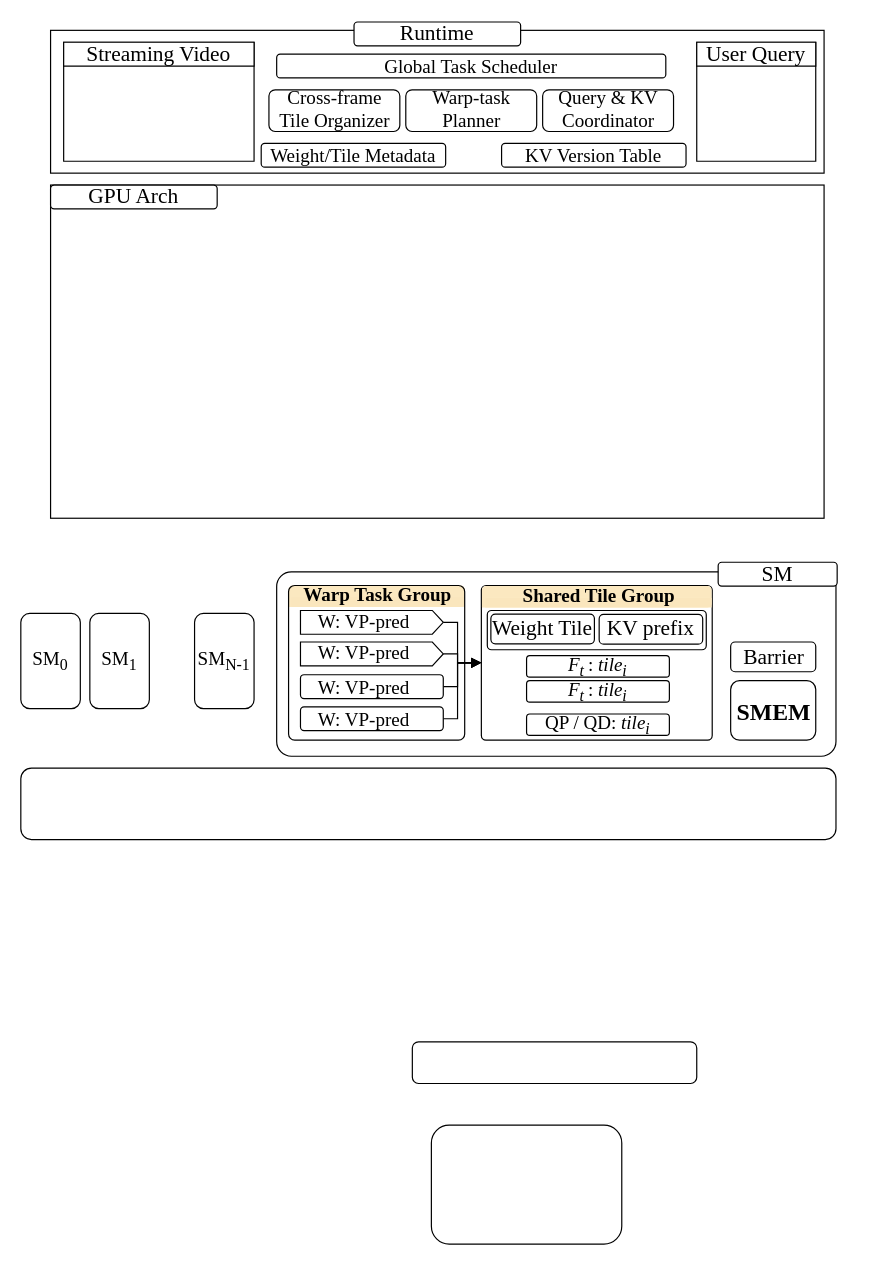
Earlier version of the draw.io diagram system_overview.drawio (icszhr/CHORD). Source tidied: cells renumbered, new cells numbered last; positions are measured from the earlier drawing's top-left corner, leaving out a move shared by most shapes. Both pictures are drawn from the tidied source at 119%, with x=0, y=0 at pixel (20, 21).
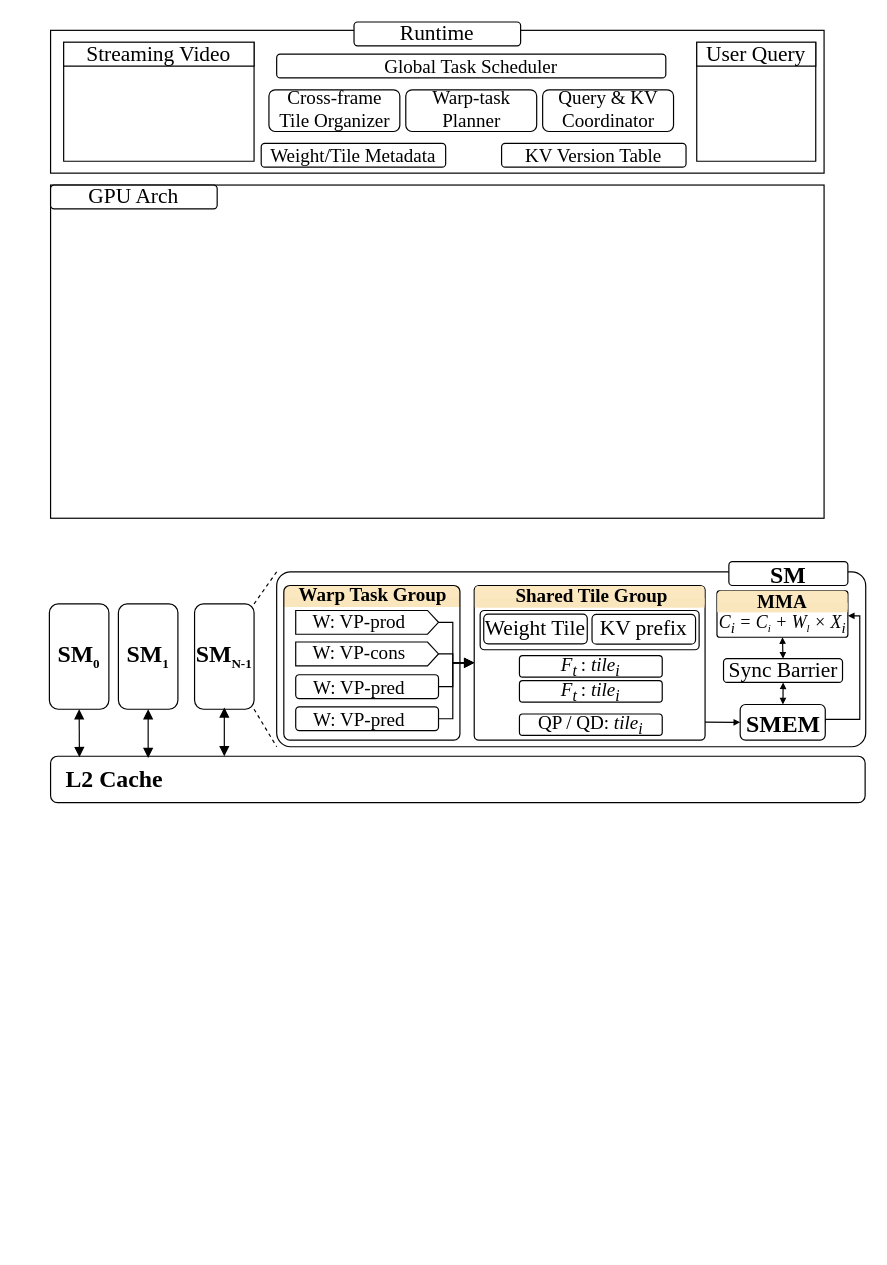
The same page after the edit.

Change to the diagram source:
```diff
@@
+    <mxCell id="23" style="rounded=1;whiteSpace=wrap;html=1;roundedPerimeter=1;arcSize=8;fillColor=none;" parent="1" vertex="1">
+      <mxGeometry x="215" y="462" width="495" height="147" as="geometry" />
+    </mxCell>
+    <mxCell id="56" style="rounded=0;jettySize=auto;html=1;exitX=1.005;exitY=0.887;exitDx=0;exitDy=0;entryX=0;entryY=0.5;entryDx=0;entryDy=0;defaultLabelBackgroundColor=page;labelPadding=0 4;endSize=3;endArrow=block;endFill=1;" parent="1" edge="1" source="2" target="32">
+      <mxGeometry relative="1" as="geometry" />
+    </mxCell>
     <mxCell id="2" style="rounded=1;whiteSpace=wrap;html=1;roundedPerimeter=1;arcSize=3;fillColor=none;" parent="1" vertex="1">
-      <mxGeometry x="387" y="473.5" width="194" height="130" as="geometry" />
+      <mxGeometry x="381" y="473.5" width="194" height="130" as="geometry" />
     </mxCell>
     <mxCell id="3" style="group;" parent="1" vertex="1">
-      <mxGeometry x="225" y="473.5" width="148" height="18" as="geometry" />
+      <mxGeometry x="221" y="473.5" width="148" height="18" as="geometry" />
     </mxCell>
@@
     <mxCell id="6" style="rounded=1;whiteSpace=wrap;html=1;roundedPerimeter=1;arcSize=4;fillColor=none;" parent="1" vertex="1">
-      <mxGeometry x="225" y="473.5" width="148" height="130" as="geometry" />
+      <mxGeometry x="221" y="473.5" width="148" height="130" as="geometry" />
     </mxCell>
     <mxCell id="7" style="rounded=1;whiteSpace=wrap;html=1;roundedPerimeter=1;arcSize=11;fillColor=none;" parent="1" vertex="1">
-      <mxGeometry x="392" y="494.5" width="184" height="33" as="geometry" />
+      <mxGeometry x="386" y="494.5" width="184" height="33" as="geometry" />
     </mxCell>
     <mxCell id="8" style="group;" parent="1" vertex="1">
-      <mxGeometry x="387.5" y="474" width="193" height="18" as="geometry" />
+      <mxGeometry x="381.5" y="474" width="193" height="18" as="geometry" />
     </mxCell>
@@
-    <mxCell id="19" value="SM&lt;sub&gt;0&lt;/sub&gt;" style="rounded=1;whiteSpace=wrap;html=1;roundedPerimeter=1;fontFamily=Times New Roman;fontSize=16;" parent="1" vertex="1">
-      <mxGeometry y="497" width="50" height="80" as="geometry" />
+    <mxCell id="19" value="SM&lt;sub&gt;&lt;font style=&quot;font-size: 11px;&quot;&gt;0&lt;/font&gt;&lt;/sub&gt;" style="rounded=1;whiteSpace=wrap;html=1;roundedPerimeter=1;fontFamily=Times New Roman;fontSize=20;fontStyle=1;" parent="1" vertex="1">
+      <mxGeometry x="24" y="489" width="50" height="88.5" as="geometry" />
     </mxCell>
-    <mxCell id="20" value="SM&lt;sub&gt;1&lt;/sub&gt;" style="rounded=1;whiteSpace=wrap;html=1;roundedPerimeter=1;fontFamily=Times New Roman;fontSize=16;" parent="1" vertex="1">
-      <mxGeometry x="58" y="497" width="50" height="80" as="geometry" />
+    <mxCell id="20" value="SM&lt;sub&gt;&lt;font style=&quot;font-size: 11px;&quot;&gt;1&lt;/font&gt;&lt;/sub&gt;" style="rounded=1;whiteSpace=wrap;html=1;roundedPerimeter=1;fontFamily=Times New Roman;fontSize=20;fontStyle=1;" parent="1" vertex="1">
+      <mxGeometry x="82" y="489" width="50" height="88.5" as="geometry" />
     </mxCell>
+    <mxCell id="57" style="rounded=0;jettySize=auto;html=1;exitX=1;exitY=0;exitDx=0;exitDy=0;entryX=0;entryY=0;entryDx=0;entryDy=0;defaultLabelBackgroundColor=page;labelPadding=0 4;dashed=1;endArrow=none;endFill=0;" parent="1" edge="1" source="21" target="23">
+      <mxGeometry relative="1" as="geometry" />
+    </mxCell>
+    <mxCell id="58" style="rounded=0;jettySize=auto;html=1;exitX=1;exitY=1;exitDx=0;exitDy=0;entryX=0;entryY=1;entryDx=0;entryDy=0;defaultLabelBackgroundColor=page;labelPadding=0 4;dashed=1;endArrow=none;endFill=0;" parent="1" edge="1" source="21" target="23">
+      <mxGeometry relative="1" as="geometry" />
+    </mxCell>
-    <mxCell id="21" value="SM&lt;sub&gt;N-1&lt;/sub&gt;" style="rounded=1;whiteSpace=wrap;html=1;roundedPerimeter=1;fontFamily=Times New Roman;fontSize=16;" parent="1" vertex="1">
-      <mxGeometry x="146" y="497" width="50" height="80" as="geometry" />
+    <mxCell id="21" value="SM&lt;sub&gt;&lt;font style=&quot;font-size: 11px;&quot;&gt;N-1&lt;/font&gt;&lt;/sub&gt;" style="rounded=1;whiteSpace=wrap;html=1;roundedPerimeter=1;fontFamily=Times New Roman;fontSize=20;fontStyle=1;" parent="1" vertex="1">
+      <mxGeometry x="146" y="489" width="50" height="88.5" as="geometry" />
     </mxCell>
     <mxCell id="22" style="rounded=1;whiteSpace=wrap;html=1;roundedPerimeter=1;" parent="1" vertex="1">
-      <mxGeometry y="627" width="685" height="60" as="geometry" />
+      <mxGeometry x="25" y="617" width="684.5" height="39" as="geometry" />
     </mxCell>
-    <mxCell id="23" style="rounded=1;whiteSpace=wrap;html=1;roundedPerimeter=1;arcSize=8;fillColor=none;" parent="1" vertex="1">
-      <mxGeometry x="215" y="462" width="470" height="155" as="geometry" />
-    </mxCell>
     <mxCell id="24" style="edgeStyle=orthogonalEdgeStyle;rounded=0;jettySize=auto;html=1;exitX=0.5;exitY=1;exitDx=0;exitDy=0;defaultLabelBackgroundColor=page;labelPadding=0 4;entryX=0;entryY=0.5;entryDx=0;entryDy=0;endArrow=block;endFill=1;" parent="1" edge="1" source="25" target="2">
       <mxGeometry relative="1" as="geometry">
         <Array as="points">
-          <mxPoint x="367" y="504.5" />
-          <mxPoint x="367" y="538.5" />
+          <mxPoint x="363" y="504.5" />
+          <mxPoint x="363" y="538.5" />
         </Array>
       </mxGeometry>
     </mxCell>
     <mxCell id="25" style="shape=offPageConnector;whiteSpace=wrap;html=1;rotation=-90;size=0.07692307692307693;" parent="1" vertex="1">
-      <mxGeometry x="285" y="444.5" width="20" height="120" as="geometry" />
+      <mxGeometry x="281" y="444.5" width="20" height="120" as="geometry" />
     </mxCell>
     <mxCell id="26" value="&lt;div&gt;&lt;sub&gt;&lt;font face=&quot;Times New Roman&quot; style=&quot;font-size: 18px;&quot;&gt;Weight Tile&lt;/font&gt;&lt;/sub&gt;&lt;/div&gt;" style="rounded=1;whiteSpace=wrap;html=1;roundedPerimeter=1;" parent="1" vertex="1">
-      <mxGeometry x="395" y="497.5" width="87" height="25" as="geometry" />
+      <mxGeometry x="389" y="497.5" width="87" height="25" as="geometry" />
     </mxCell>
     <mxCell id="27" value="&lt;font face=&quot;Times New Roman&quot; style=&quot;font-size: 18px;&quot;&gt;KV prefix&lt;/font&gt;" style="rounded=1;whiteSpace=wrap;html=1;roundedPerimeter=1;" parent="1" vertex="1">
-      <mxGeometry x="486" y="497.8" width="87" height="25" as="geometry" />
+      <mxGeometry x="480" y="497.8" width="87" height="25" as="geometry" />
     </mxCell>
-    <mxCell id="28" value="&lt;font style=&quot;font-size: 18px;&quot; face=&quot;Times New Roman&quot;&gt;Barrier&lt;/font&gt;" style="rounded=1;whiteSpace=wrap;html=1;roundedPerimeter=1;" parent="1" vertex="1">
-      <mxGeometry x="596.5" y="521" width="71.5" height="25" as="geometry" />
+    <mxCell id="28" value="&lt;font style=&quot;font-size: 18px;&quot; face=&quot;Times New Roman&quot;&gt;Sync Barrier&lt;/font&gt;" style="rounded=1;whiteSpace=wrap;html=1;roundedPerimeter=1;" parent="1" vertex="1">
+      <mxGeometry x="590.5" y="535" width="100" height="20" as="geometry" />
     </mxCell>
     <mxCell id="29" value="F&lt;sub&gt;t&amp;nbsp;&lt;/sub&gt;&lt;span style=&quot;font-style: normal;&quot;&gt;: &lt;/span&gt;tile&lt;sub&gt;i&lt;/sub&gt;" style="rounded=1;whiteSpace=wrap;html=1;roundedPerimeter=1;fontFamily=Times New Roman;fontSize=16;fontStyle=2;" parent="1" vertex="1">
-      <mxGeometry x="425" y="532.5" width="120" height="18" as="geometry" />
+      <mxGeometry x="419" y="532.5" width="120" height="18" as="geometry" />
     </mxCell>
     <mxCell id="30" style="edgeStyle=orthogonalEdgeStyle;rounded=0;jettySize=auto;html=1;exitX=1;exitY=0.5;exitDx=0;exitDy=0;entryX=0;entryY=0.5;entryDx=0;entryDy=0;defaultLabelBackgroundColor=page;labelPadding=0 4;endArrow=block;endFill=1;" parent="1" edge="1" source="31" target="2">
       <mxGeometry relative="1" as="geometry">
         <Array as="points">
-          <mxPoint x="367" y="558.5" />
-          <mxPoint x="367" y="538.5" />
+          <mxPoint x="363" y="558.5" />
+          <mxPoint x="363" y="538.5" />
         </Array>
       </mxGeometry>
     </mxCell>
     <mxCell id="31" style="rounded=1;whiteSpace=wrap;html=1;roundedPerimeter=1;" parent="1" vertex="1">
-      <mxGeometry x="235" y="548.5" width="120" height="20" as="geometry" />
+      <mxGeometry x="231" y="548.5" width="120" height="20" as="geometry" />
     </mxCell>
+    <mxCell id="59" style="rounded=0;jettySize=auto;html=1;entryX=0.501;entryY=0.946;entryDx=0;entryDy=0;defaultLabelBackgroundColor=page;labelPadding=0 4;endSize=3;endArrow=block;endFill=1;startArrow=block;startFill=1;startSize=3;" parent="1" edge="1" source="32" target="28">
+      <mxGeometry relative="1" as="geometry" />
+    </mxCell>
+    <mxCell id="60" style="edgeStyle=orthogonalEdgeStyle;rounded=0;jettySize=auto;html=1;defaultLabelBackgroundColor=page;labelPadding=0 4;entryX=1;entryY=0.5;entryDx=0;entryDy=0;exitX=1;exitY=0.5;exitDx=0;exitDy=0;endSize=3;endArrow=block;endFill=1;" parent="1" edge="1" source="32" target="61">
+      <mxGeometry relative="1" as="geometry">
+        <Array as="points">
+          <mxPoint x="676" y="586" />
+          <mxPoint x="705" y="586" />
+          <mxPoint x="705" y="499" />
+        </Array>
+      </mxGeometry>
+    </mxCell>
     <mxCell id="32" value="&lt;font style=&quot;font-size: 20px;&quot; face=&quot;Times New Roman&quot;&gt;&lt;b style=&quot;&quot;&gt;SMEM&lt;/b&gt;&lt;/font&gt;" style="rounded=1;whiteSpace=wrap;html=1;roundedPerimeter=1;" parent="1" vertex="1">
-      <mxGeometry x="596.5" y="553.5" width="71.5" height="50" as="geometry" />
+      <mxGeometry x="604.5" y="573.5" width="71.5" height="30" as="geometry" />
     </mxCell>
-    <mxCell id="33" style="rounded=1;whiteSpace=wrap;html=1;roundedPerimeter=1;" parent="1" vertex="1">
-      <mxGeometry x="329" y="857" width="239" height="35" as="geometry" />
-    </mxCell>
-    <mxCell id="34" style="rounded=1;whiteSpace=wrap;html=1;roundedPerimeter=1;" parent="1" vertex="1">
-      <mxGeometry x="345" y="927" width="160" height="100" as="geometry" />
+    <mxCell id="34" style="rounded=1;whiteSpace=wrap;html=1;roundedPerimeter=1;arcSize=6;" parent="1" vertex="1">
+      <mxGeometry x="585" y="478" width="110" height="39" as="geometry" />
     </mxCell>
@@
-    <mxCell id="43" value="&lt;span style=&quot;font-size: 18px;&quot;&gt;SM&lt;/span&gt;" style="rounded=1;whiteSpace=wrap;html=1;roundedPerimeter=1;fontSize=16;fontFamily=Times New Roman;" parent="1" vertex="1">
-      <mxGeometry x="586" y="454" width="100" height="20" as="geometry" />
+    <mxCell id="43" value="&lt;b style=&quot;&quot;&gt;&lt;font style=&quot;font-size: 20px;&quot;&gt;SM&lt;/font&gt;&lt;/b&gt;" style="rounded=1;whiteSpace=wrap;html=1;roundedPerimeter=1;fontSize=16;fontFamily=Times New Roman;" parent="1" vertex="1">
+      <mxGeometry x="595" y="453.5" width="100" height="20" as="geometry" />
     </mxCell>
-    <mxCell id="44" value="&lt;sub&gt;&lt;span style=&quot;font-size: 16px;&quot;&gt;W: VP-pred&lt;/span&gt;&lt;/sub&gt;" style="text;html=1;whiteSpace=wrap;strokeColor=none;fillColor=none;align=center;verticalAlign=middle;rounded=0;fontFamily=Times New Roman;fontSize=16;" parent="1" vertex="1">
-      <mxGeometry x="247" y="491.5" width="83" height="20" as="geometry" />
+    <mxCell id="44" value="&lt;sub&gt;&lt;span style=&quot;font-size: 16px;&quot;&gt;W: VP-prod&lt;/span&gt;&lt;/sub&gt;" style="text;html=1;whiteSpace=wrap;strokeColor=none;fillColor=none;align=center;verticalAlign=middle;rounded=0;fontFamily=Times New Roman;fontSize=16;" parent="1" vertex="1">
+      <mxGeometry x="243" y="491.5" width="83" height="20" as="geometry" />
     </mxCell>
     <mxCell id="45" style="edgeStyle=orthogonalEdgeStyle;rounded=0;jettySize=auto;html=1;exitX=0.5;exitY=1;exitDx=0;exitDy=0;entryX=0;entryY=0.5;entryDx=0;entryDy=0;defaultLabelBackgroundColor=page;labelPadding=0 4;endArrow=block;endFill=1;" parent="1" edge="1" source="46" target="2">
       <mxGeometry x="0.01" relative="1" as="geometry">
         <Array as="points">
-          <mxPoint x="367" y="531" />
-          <mxPoint x="367" y="538.5" />
+          <mxPoint x="363" y="531" />
+          <mxPoint x="363" y="538.5" />
         </Array>
       </mxGeometry>
     </mxCell>
     <mxCell id="46" style="shape=offPageConnector;whiteSpace=wrap;html=1;rotation=-90;size=0.07692307692307693;" parent="1" vertex="1">
-      <mxGeometry x="285" y="471" width="20" height="120" as="geometry" />
+      <mxGeometry x="281" y="471" width="20" height="120" as="geometry" />
     </mxCell>
-    <mxCell id="47" value="&lt;sub&gt;&lt;span style=&quot;font-size: 16px;&quot;&gt;W: VP-pred&lt;/span&gt;&lt;/sub&gt;" style="text;html=1;whiteSpace=wrap;strokeColor=none;fillColor=none;align=center;verticalAlign=middle;rounded=0;fontFamily=Times New Roman;fontSize=16;" parent="1" vertex="1">
-      <mxGeometry x="247" y="518" width="83" height="20" as="geometry" />
+    <mxCell id="47" value="&lt;sub&gt;&lt;span style=&quot;font-size: 16px;&quot;&gt;W: VP-cons&lt;/span&gt;&lt;/sub&gt;" style="text;html=1;whiteSpace=wrap;strokeColor=none;fillColor=none;align=center;verticalAlign=middle;rounded=0;fontFamily=Times New Roman;fontSize=16;" parent="1" vertex="1">
+      <mxGeometry x="243" y="518" width="83" height="20" as="geometry" />
     </mxCell>
     <mxCell id="48" value="&lt;sub&gt;&lt;span style=&quot;font-size: 16px;&quot;&gt;W: VP-pred&lt;/span&gt;&lt;/sub&gt;" style="text;html=1;whiteSpace=wrap;strokeColor=none;fillColor=none;align=center;verticalAlign=middle;rounded=0;fontFamily=Times New Roman;fontSize=16;" parent="1" vertex="1">
-      <mxGeometry x="247" y="546.5" width="83" height="20" as="geometry" />
+      <mxGeometry x="243" y="546.5" width="83" height="20" as="geometry" />
     </mxCell>
     <mxCell id="49" value="F&lt;sub&gt;t&lt;span style=&quot;font-style: normal;&quot;&gt;&amp;nbsp;&lt;/span&gt;&lt;/sub&gt;&lt;span style=&quot;font-style: normal;&quot;&gt;: &lt;/span&gt;tile&lt;sub&gt;i&lt;/sub&gt;" style="rounded=1;whiteSpace=wrap;html=1;roundedPerimeter=1;fontFamily=Times New Roman;fontSize=16;fontStyle=2;" parent="1" vertex="1">
-      <mxGeometry x="425" y="553.5" width="120" height="18" as="geometry" />
+      <mxGeometry x="419" y="553.5" width="120" height="18" as="geometry" />
     </mxCell>
     <mxCell id="50" value="&lt;span style=&quot;font-style: normal;&quot;&gt;QP / QD:&lt;/span&gt; tile&lt;sub&gt;i&lt;/sub&gt;" style="rounded=1;whiteSpace=wrap;html=1;roundedPerimeter=1;fontFamily=Times New Roman;fontSize=16;fontStyle=2;" parent="1" vertex="1">
-      <mxGeometry x="425" y="581.5" width="120" height="18" as="geometry" />
+      <mxGeometry x="419" y="581.5" width="120" height="18" as="geometry" />
     </mxCell>
     <mxCell id="51" style="edgeStyle=orthogonalEdgeStyle;rounded=0;jettySize=auto;html=1;exitX=1;exitY=0.5;exitDx=0;exitDy=0;entryX=0;entryY=0.5;entryDx=0;entryDy=0;defaultLabelBackgroundColor=page;labelPadding=0 4;endArrow=block;endFill=1;" parent="1" edge="1" source="52" target="2">
       <mxGeometry x="0.01" relative="1" as="geometry">
         <Array as="points">
-          <mxPoint x="367" y="585.5" />
-          <mxPoint x="367" y="538.5" />
+          <mxPoint x="363" y="585.5" />
+          <mxPoint x="363" y="538.5" />
         </Array>
       </mxGeometry>
     </mxCell>
     <mxCell id="52" style="rounded=1;whiteSpace=wrap;html=1;roundedPerimeter=1;" parent="1" vertex="1">
-      <mxGeometry x="235" y="575.5" width="120" height="20" as="geometry" />
+      <mxGeometry x="231" y="575.5" width="120" height="20" as="geometry" />
     </mxCell>
     <mxCell id="53" value="&lt;sub&gt;&lt;span style=&quot;font-size: 16px;&quot;&gt;W: VP-pred&lt;/span&gt;&lt;/sub&gt;" style="text;html=1;whiteSpace=wrap;strokeColor=none;fillColor=none;align=center;verticalAlign=middle;rounded=0;fontFamily=Times New Roman;fontSize=16;" parent="1" vertex="1">
-      <mxGeometry x="247" y="573.5" width="83" height="20" as="geometry" />
+      <mxGeometry x="243" y="573.5" width="83" height="20" as="geometry" />
     </mxCell>
     <mxCell id="54" value="&lt;sub&gt;&lt;span style=&quot;font-size: 16px;&quot;&gt;Warp Task Group&lt;/span&gt;&lt;/sub&gt;" style="text;html=1;whiteSpace=wrap;strokeColor=none;fillColor=none;align=center;verticalAlign=middle;rounded=0;fontFamily=Times New Roman;fontSize=16;fontStyle=1;" parent="1" vertex="1">
-      <mxGeometry x="235" y="469" width="130" height="20" as="geometry" />
+      <mxGeometry x="231" y="469" width="130" height="20" as="geometry" />
     </mxCell>
     <mxCell id="55" value="&lt;sub&gt;&lt;span style=&quot;font-size: 16px;&quot;&gt;Shared Tile Group&lt;/span&gt;&lt;/sub&gt;" style="text;html=1;whiteSpace=wrap;strokeColor=none;fillColor=none;align=center;verticalAlign=middle;rounded=0;fontFamily=Times New Roman;fontSize=16;fontStyle=1;" parent="1" vertex="1">
-      <mxGeometry x="421" y="469.5" width="130" height="20" as="geometry" />
+      <mxGeometry x="415" y="469.5" width="130" height="20" as="geometry" />
     </mxCell>
+    <mxCell id="61" value="&lt;i&gt;&lt;span style=&quot;forced-color-adjust: none; color: rgb(0, 0, 0); font-size: 15px; font-variant-ligatures: normal; font-variant-caps: normal; font-weight: 400; letter-spacing: normal; orphans: 2; text-align: center; text-indent: 0px; text-transform: none; widows: 2; word-spacing: 0px; -webkit-text-stroke-width: 0px; white-space: normal; text-decoration-thickness: initial; text-decoration-style: initial; text-decoration-color: initial;&quot;&gt;C&lt;sub style=&quot;&quot;&gt;i&lt;/sub&gt;&lt;/span&gt;&lt;span style=&quot;font-size: 15px; text-align: center;&quot;&gt;&amp;nbsp;=&amp;nbsp;&lt;/span&gt;&lt;span style=&quot;font-size: 15px; text-align: center;&quot;&gt;C&lt;/span&gt;&lt;sub style=&quot;text-align: center;&quot;&gt;i&lt;/sub&gt;&lt;span style=&quot;font-size: 15px; text-align: center;&quot;&gt;&amp;nbsp;+ W&lt;/span&gt;&lt;span style=&quot;text-align: center;&quot;&gt;&lt;sub&gt;l&lt;/sub&gt;&lt;/span&gt;&lt;span style=&quot;font-size: 15px; text-align: center;&quot;&gt;&amp;nbsp;× X&lt;sub&gt;i&lt;/sub&gt;&lt;/span&gt;&lt;/i&gt;" style="text;whiteSpace=wrap;html=1;fontFamily=Times New Roman;fontSize=11;" parent="1" vertex="1">
+      <mxGeometry x="585" y="489" width="110" height="20" as="geometry" />
+    </mxCell>
+    <mxCell id="62" style="group;" parent="1" vertex="1">
+      <mxGeometry x="585.2" y="478" width="109.5" height="18" as="geometry" />
+    </mxCell>
+    <mxCell id="63" style="verticalLabelPosition=bottom;verticalAlign=top;html=1;shape=mxgraph.basic.three_corner_round_rect;dx=1.67;whiteSpace=wrap;labelPerimeter=1;fillColor=light-dark(#fbe8c0, #ededed);strokeColor=none;" parent="62" vertex="1">
+      <mxGeometry width="109.5" height="18" as="geometry" />
+    </mxCell>
+    <mxCell id="64" style="rounded=0;whiteSpace=wrap;html=1;strokeColor=none;fillColor=light-dark(#fae6bd, #ededed);" parent="62" vertex="1">
+      <mxGeometry x="1.6" y="10" width="107.9" height="8" as="geometry" />
+    </mxCell>
+    <mxCell id="65" value="&lt;sub&gt;&lt;span style=&quot;font-size: 16px;&quot;&gt;MMA&lt;/span&gt;&lt;/sub&gt;" style="text;html=1;whiteSpace=wrap;strokeColor=none;fillColor=none;align=center;verticalAlign=middle;rounded=0;fontFamily=Times New Roman;fontSize=16;fontStyle=1;" parent="1" vertex="1">
+      <mxGeometry x="615" y="475" width="50" height="20" as="geometry" />
+    </mxCell>
+    <mxCell id="66" style="rounded=0;jettySize=auto;html=1;entryX=0.5;entryY=1;entryDx=0;entryDy=0;defaultLabelBackgroundColor=page;labelPadding=0 4;endSize=3;endArrow=block;endFill=1;startArrow=block;startFill=1;startSize=3;exitX=0.5;exitY=0;exitDx=0;exitDy=0;" parent="1" edge="1" source="28" target="34">
+      <mxGeometry relative="1" as="geometry" />
+    </mxCell>
+    <mxCell id="67" value="&lt;b style=&quot;forced-color-adjust: none; color: rgb(0, 0, 0); font-family: &amp;quot;Times New Roman&amp;quot;; font-size: 16px; font-style: normal; font-variant-ligatures: normal; font-variant-caps: normal; letter-spacing: normal; orphans: 2; text-align: center; text-indent: 0px; text-transform: none; widows: 2; word-spacing: 0px; -webkit-text-stroke-width: 0px; white-space: normal; text-decoration-thickness: initial; text-decoration-style: initial; text-decoration-color: initial;&quot;&gt;&lt;font style=&quot;forced-color-adjust: none; font-size: 20px;&quot;&gt;L2 Cache&lt;/font&gt;&lt;/b&gt;" style="text;whiteSpace=wrap;html=1;" parent="1" vertex="1">
+      <mxGeometry x="36" y="617" width="87" height="30" as="geometry" />
+    </mxCell>
+    <mxCell id="68" style="rounded=0;jettySize=auto;html=1;exitX=0.5;exitY=1;exitDx=0;exitDy=0;entryX=0.152;entryY=0.025;entryDx=0;entryDy=0;entryPerimeter=0;defaultLabelBackgroundColor=page;labelPadding=0 4;startArrow=block;startFill=1;endArrow=block;endFill=1;" parent="1" edge="1" source="19" target="67">
+      <mxGeometry relative="1" as="geometry" />
+    </mxCell>
+    <mxCell id="69" style="rounded=0;orthogonalLoop=1;jettySize=auto;html=1;exitX=0.5;exitY=1;exitDx=0;exitDy=0;entryX=0.152;entryY=0.025;entryDx=0;entryDy=0;entryPerimeter=0;defaultLabelBackgroundColor=page;labelPadding=0 4;startArrow=block;startFill=1;endArrow=block;endFill=1;" parent="1" edge="1">
+      <mxGeometry relative="1" as="geometry">
+        <mxPoint x="107" y="577.5" as="sourcePoint" />
+        <mxPoint x="107" y="618.5" as="targetPoint" />
+      </mxGeometry>
+    </mxCell>
+    <mxCell id="70" style="rounded=0;orthogonalLoop=1;jettySize=auto;html=1;exitX=0.5;exitY=1;exitDx=0;exitDy=0;entryX=0.152;entryY=0.025;entryDx=0;entryDy=0;entryPerimeter=0;defaultLabelBackgroundColor=page;labelPadding=0 4;startArrow=block;startFill=1;endArrow=block;endFill=1;" parent="1" edge="1">
+      <mxGeometry relative="1" as="geometry">
+        <mxPoint x="171" y="576" as="sourcePoint" />
+        <mxPoint x="171" y="617" as="targetPoint" />
+      </mxGeometry>
+    </mxCell>
```
